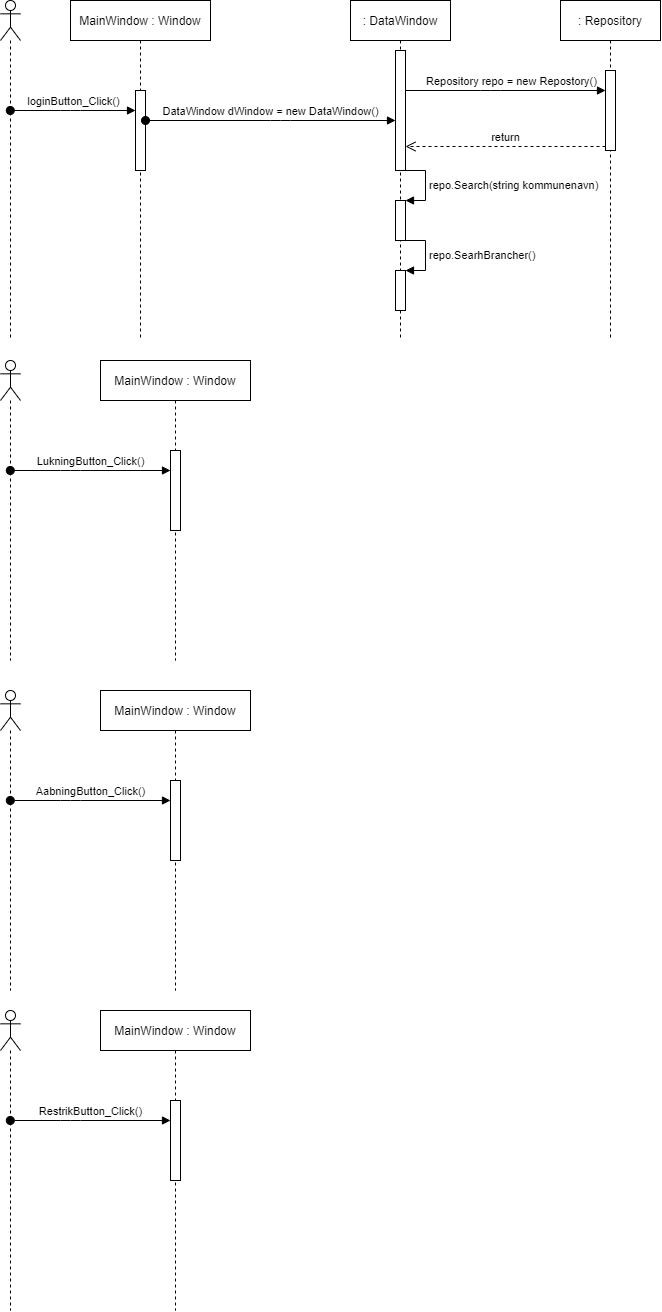
Earlier version of the draw.io export Filer/Sekvensdiagrammer.png (liam1523/WPF-1semGruppe5). Source tidied: cells renumbered, new cells last; positions are measured from the earlier drawing's top-left corner, leaving out a move shared by most shapes. The source it was exported from:
```xml
<mxGraphModel>
  <root>
    <mxCell id="0" />
    <mxCell id="1" parent="0" />
    <mxCell id="2" style="shape=umlLifeline;participant=umlActor;perimeter=lifelinePerimeter;whiteSpace=wrap;html=1;verticalAlign=top;spacingTop=36;outlineConnect=0;" parent="1" vertex="1">
      <mxGeometry width="20" height="340" as="geometry" />
    </mxCell>
    <mxCell id="3" value="MainWindow : Window" style="shape=umlLifeline;perimeter=lifelinePerimeter;whiteSpace=wrap;html=1;" parent="1" vertex="1">
      <mxGeometry x="70" width="140" height="340" as="geometry" />
    </mxCell>
    <mxCell id="4" style="html=1;points=[];perimeter=orthogonalPerimeter;" parent="3" vertex="1">
      <mxGeometry x="65" y="90" width="10" height="80" as="geometry" />
    </mxCell>
    <mxCell id="5" value=": Repository" style="shape=umlLifeline;perimeter=lifelinePerimeter;whiteSpace=wrap;html=1;" parent="1" vertex="1">
      <mxGeometry x="560" width="100" height="340" as="geometry" />
    </mxCell>
    <mxCell id="6" style="html=1;points=[];perimeter=orthogonalPerimeter;" parent="5" vertex="1">
      <mxGeometry x="45" y="70" width="10" height="80" as="geometry" />
    </mxCell>
    <mxCell id="7" value="loginButton_Click()" style="html=1;verticalAlign=bottom;startArrow=oval;endArrow=block;startSize=8;" parent="1" edge="1" source="2" target="4">
      <mxGeometry relative="1" as="geometry">
        <Array as="points">
          <mxPoint x="70" y="110" />
        </Array>
      </mxGeometry>
    </mxCell>
    <mxCell id="8" style="shape=umlLifeline;participant=umlActor;perimeter=lifelinePerimeter;whiteSpace=wrap;html=1;verticalAlign=top;spacingTop=36;" parent="1" vertex="1">
      <mxGeometry y="360" width="20" height="300" as="geometry" />
    </mxCell>
    <mxCell id="9" value="MainWindow : Window" style="shape=umlLifeline;perimeter=lifelinePerimeter;whiteSpace=wrap;html=1;" parent="1" vertex="1">
      <mxGeometry x="100" y="360" width="150" height="300" as="geometry" />
    </mxCell>
    <mxCell id="10" style="html=1;points=[];perimeter=orthogonalPerimeter;" parent="9" vertex="1">
      <mxGeometry x="70" y="90" width="10" height="80" as="geometry" />
    </mxCell>
    <mxCell id="11" value="LukningButton_Click()" style="html=1;verticalAlign=bottom;startArrow=oval;endArrow=block;startSize=8;" parent="1" edge="1" target="10">
      <mxGeometry relative="1" as="geometry">
        <mxPoint x="9.8" y="470" as="sourcePoint" />
        <Array as="points">
          <mxPoint x="70" y="470" />
        </Array>
      </mxGeometry>
    </mxCell>
    <mxCell id="12" value=": DataWindow" style="shape=umlLifeline;perimeter=lifelinePerimeter;whiteSpace=wrap;html=1;" parent="1" vertex="1">
      <mxGeometry x="350" width="100" height="340" as="geometry" />
    </mxCell>
    <mxCell id="13" style="html=1;points=[];perimeter=orthogonalPerimeter;" parent="12" vertex="1">
      <mxGeometry x="45" y="50" width="10" height="120" as="geometry" />
    </mxCell>
    <mxCell id="14" style="html=1;points=[];perimeter=orthogonalPerimeter;" parent="12" vertex="1">
      <mxGeometry x="45" y="200" width="10" height="40" as="geometry" />
    </mxCell>
    <mxCell id="15" value="repo.Search(string kommunenavn)" style="edgeStyle=orthogonalEdgeStyle;html=1;align=left;spacingLeft=2;endArrow=block;rounded=0;entryX=1;entryY=0;" parent="12" edge="1" source="13" target="14">
      <mxGeometry relative="1" as="geometry">
        <Array as="points">
          <mxPoint x="75" y="170" />
          <mxPoint x="75" y="200" />
        </Array>
      </mxGeometry>
    </mxCell>
    <mxCell id="16" style="html=1;points=[];perimeter=orthogonalPerimeter;" parent="12" vertex="1">
      <mxGeometry x="45" y="270" width="10" height="40" as="geometry" />
    </mxCell>
    <mxCell id="17" value="repo.SearhBrancher()" style="edgeStyle=orthogonalEdgeStyle;html=1;align=left;spacingLeft=2;endArrow=block;rounded=0;entryX=1;entryY=0;" parent="12" edge="1" source="14" target="16">
      <mxGeometry relative="1" as="geometry">
        <Array as="points">
          <mxPoint x="75" y="240" />
          <mxPoint x="75" y="270" />
        </Array>
      </mxGeometry>
    </mxCell>
    <mxCell id="18" value="DataWindow dWindow = new DataWindow()" style="html=1;verticalAlign=bottom;startArrow=oval;startFill=1;endArrow=block;startSize=8;" parent="1" edge="1" source="4">
      <mxGeometry relative="1" as="geometry">
        <mxPoint x="395" y="120" as="targetPoint" />
        <Array as="points">
          <mxPoint x="280" y="120" />
        </Array>
      </mxGeometry>
    </mxCell>
    <mxCell id="19" value="Repository repo = new Repostory()" style="html=1;verticalAlign=bottom;endArrow=block;" parent="1" edge="1" source="13" target="6">
      <mxGeometry x="0.06" relative="1" as="geometry">
        <Array as="points">
          <mxPoint x="490" y="90" />
        </Array>
      </mxGeometry>
    </mxCell>
    <mxCell id="20" value="return" style="html=1;verticalAlign=bottom;endArrow=open;dashed=1;endSize=8;exitX=0;exitY=0.95;" parent="1" edge="1" source="6" target="13">
      <mxGeometry relative="1" as="geometry" />
    </mxCell>
    <mxCell id="21" style="shape=umlLifeline;participant=umlActor;perimeter=lifelinePerimeter;whiteSpace=wrap;html=1;verticalAlign=top;spacingTop=36;" parent="1" vertex="1">
      <mxGeometry y="690" width="20" height="300" as="geometry" />
    </mxCell>
    <mxCell id="22" value="MainWindow : Window" style="shape=umlLifeline;perimeter=lifelinePerimeter;whiteSpace=wrap;html=1;" parent="1" vertex="1">
      <mxGeometry x="100" y="690" width="150" height="300" as="geometry" />
    </mxCell>
    <mxCell id="23" style="html=1;points=[];perimeter=orthogonalPerimeter;" parent="22" vertex="1">
      <mxGeometry x="70" y="90" width="10" height="80" as="geometry" />
    </mxCell>
    <mxCell id="24" value="AabningButton_Click()" style="html=1;verticalAlign=bottom;startArrow=oval;endArrow=block;startSize=8;" parent="1" edge="1" target="23">
      <mxGeometry relative="1" as="geometry">
        <mxPoint x="9.8" y="800" as="sourcePoint" />
        <Array as="points">
          <mxPoint x="70" y="800" />
        </Array>
      </mxGeometry>
    </mxCell>
    <mxCell id="25" style="shape=umlLifeline;participant=umlActor;perimeter=lifelinePerimeter;whiteSpace=wrap;html=1;verticalAlign=top;spacingTop=36;" parent="1" vertex="1">
      <mxGeometry y="1010" width="20" height="300" as="geometry" />
    </mxCell>
    <mxCell id="26" value="MainWindow : Window" style="shape=umlLifeline;perimeter=lifelinePerimeter;whiteSpace=wrap;html=1;" parent="1" vertex="1">
      <mxGeometry x="100" y="1010" width="150" height="300" as="geometry" />
    </mxCell>
    <mxCell id="27" style="html=1;points=[];perimeter=orthogonalPerimeter;" parent="26" vertex="1">
      <mxGeometry x="70" y="90" width="10" height="80" as="geometry" />
    </mxCell>
    <mxCell id="28" value="RestrikButton_Click()" style="html=1;verticalAlign=bottom;startArrow=oval;endArrow=block;startSize=8;" parent="1" edge="1" target="27">
      <mxGeometry relative="1" as="geometry">
        <mxPoint x="9.8" y="1120" as="sourcePoint" />
        <Array as="points">
          <mxPoint x="70" y="1120" />
        </Array>
      </mxGeometry>
    </mxCell>
  </root>
</mxGraphModel>
```
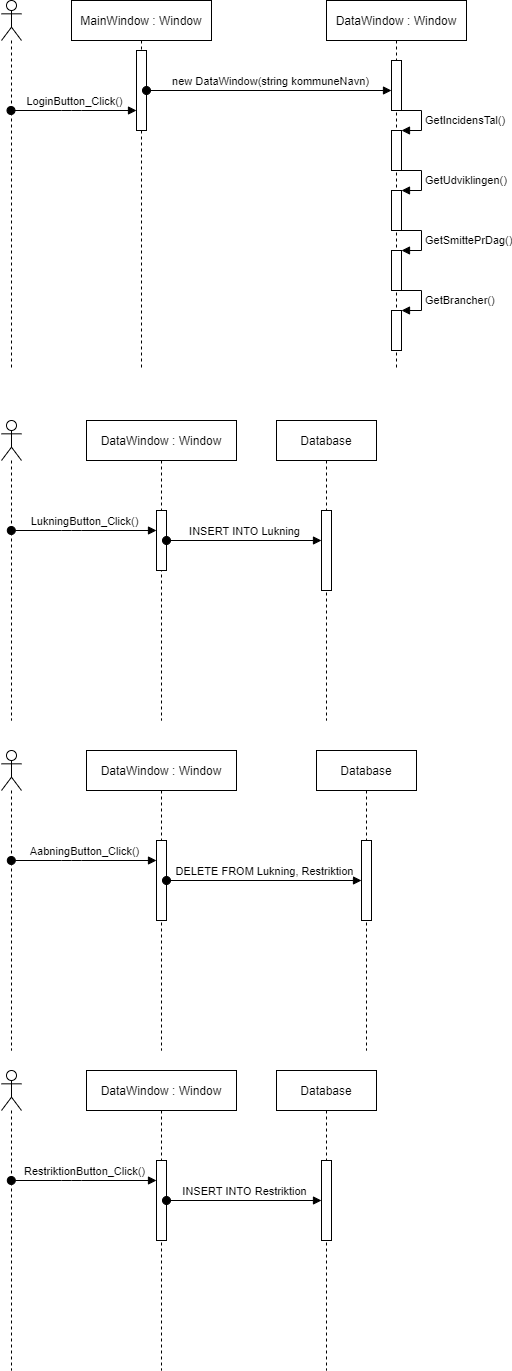
The same file after the commit.

The edit, as a diff of the source:
```diff
@@ -3,123 +3,154 @@
     <mxCell id="0" />
     <mxCell id="1" parent="0" />
     <mxCell id="2" style="shape=umlLifeline;participant=umlActor;perimeter=lifelinePerimeter;whiteSpace=wrap;html=1;verticalAlign=top;spacingTop=36;outlineConnect=0;" parent="1" vertex="1">
-      <mxGeometry width="20" height="340" as="geometry" />
+      <mxGeometry x="-95" width="20" height="370" as="geometry" />
     </mxCell>
     <mxCell id="3" value="MainWindow : Window" style="shape=umlLifeline;perimeter=lifelinePerimeter;whiteSpace=wrap;html=1;" parent="1" vertex="1">
-      <mxGeometry x="70" width="140" height="340" as="geometry" />
+      <mxGeometry x="-25" width="140" height="370" as="geometry" />
     </mxCell>
     <mxCell id="4" style="html=1;points=[];perimeter=orthogonalPerimeter;" parent="3" vertex="1">
-      <mxGeometry x="65" y="90" width="10" height="80" as="geometry" />
+      <mxGeometry x="65" y="50" width="10" height="80" as="geometry" />
     </mxCell>
-    <mxCell id="5" value=": Repository" style="shape=umlLifeline;perimeter=lifelinePerimeter;whiteSpace=wrap;html=1;" parent="1" vertex="1">
-      <mxGeometry x="560" width="100" height="340" as="geometry" />
-    </mxCell>
-    <mxCell id="6" style="html=1;points=[];perimeter=orthogonalPerimeter;" parent="5" vertex="1">
-      <mxGeometry x="45" y="70" width="10" height="80" as="geometry" />
-    </mxCell>
-    <mxCell id="7" value="loginButton_Click()" style="html=1;verticalAlign=bottom;startArrow=oval;endArrow=block;startSize=8;" parent="1" edge="1" source="2" target="4">
+    <mxCell id="7" value="LoginButton_Click()" style="html=1;verticalAlign=bottom;startArrow=oval;endArrow=block;startSize=8;" parent="1" edge="1" source="2" target="4">
       <mxGeometry relative="1" as="geometry">
         <Array as="points">
-          <mxPoint x="70" y="110" />
+          <mxPoint x="-25" y="110" />
         </Array>
       </mxGeometry>
     </mxCell>
     <mxCell id="8" style="shape=umlLifeline;participant=umlActor;perimeter=lifelinePerimeter;whiteSpace=wrap;html=1;verticalAlign=top;spacingTop=36;" parent="1" vertex="1">
-      <mxGeometry y="360" width="20" height="300" as="geometry" />
+      <mxGeometry x="-95" y="420" width="20" height="300" as="geometry" />
     </mxCell>
-    <mxCell id="9" value="MainWindow : Window" style="shape=umlLifeline;perimeter=lifelinePerimeter;whiteSpace=wrap;html=1;" parent="1" vertex="1">
-      <mxGeometry x="100" y="360" width="150" height="300" as="geometry" />
+    <mxCell id="9" value="DataWindow : Window" style="shape=umlLifeline;perimeter=lifelinePerimeter;whiteSpace=wrap;html=1;" parent="1" vertex="1">
+      <mxGeometry x="-10" y="420" width="150" height="300" as="geometry" />
     </mxCell>
     <mxCell id="10" style="html=1;points=[];perimeter=orthogonalPerimeter;" parent="9" vertex="1">
-      <mxGeometry x="70" y="90" width="10" height="80" as="geometry" />
+      <mxGeometry x="70" y="90" width="10" height="60" as="geometry" />
     </mxCell>
     <mxCell id="11" value="LukningButton_Click()" style="html=1;verticalAlign=bottom;startArrow=oval;endArrow=block;startSize=8;" parent="1" edge="1" target="10">
       <mxGeometry relative="1" as="geometry">
-        <mxPoint x="9.8" y="470" as="sourcePoint" />
+        <mxPoint x="-85.2" y="530" as="sourcePoint" />
         <Array as="points">
-          <mxPoint x="70" y="470" />
+          <mxPoint x="-25" y="530" />
         </Array>
       </mxGeometry>
     </mxCell>
-    <mxCell id="12" value=": DataWindow" style="shape=umlLifeline;perimeter=lifelinePerimeter;whiteSpace=wrap;html=1;" parent="1" vertex="1">
-      <mxGeometry x="350" width="100" height="340" as="geometry" />
+    <mxCell id="12" value="DataWindow : Window" style="shape=umlLifeline;perimeter=lifelinePerimeter;whiteSpace=wrap;html=1;" parent="1" vertex="1">
+      <mxGeometry x="230" width="140" height="370" as="geometry" />
     </mxCell>
     <mxCell id="13" style="html=1;points=[];perimeter=orthogonalPerimeter;" parent="12" vertex="1">
-      <mxGeometry x="45" y="50" width="10" height="120" as="geometry" />
+      <mxGeometry x="65" y="60" width="10" height="50" as="geometry" />
     </mxCell>
-    <mxCell id="14" style="html=1;points=[];perimeter=orthogonalPerimeter;" parent="12" vertex="1">
-      <mxGeometry x="45" y="200" width="10" height="40" as="geometry" />
-    </mxCell>
-    <mxCell id="15" value="repo.Search(string kommunenavn)" style="edgeStyle=orthogonalEdgeStyle;html=1;align=left;spacingLeft=2;endArrow=block;rounded=0;entryX=1;entryY=0;" parent="12" edge="1" source="13" target="14">
-      <mxGeometry relative="1" as="geometry">
-        <Array as="points">
-          <mxPoint x="75" y="170" />
-          <mxPoint x="75" y="200" />
-        </Array>
-      </mxGeometry>
-    </mxCell>
-    <mxCell id="16" style="html=1;points=[];perimeter=orthogonalPerimeter;" parent="12" vertex="1">
-      <mxGeometry x="45" y="270" width="10" height="40" as="geometry" />
-    </mxCell>
-    <mxCell id="17" value="repo.SearhBrancher()" style="edgeStyle=orthogonalEdgeStyle;html=1;align=left;spacingLeft=2;endArrow=block;rounded=0;entryX=1;entryY=0;" parent="12" edge="1" source="14" target="16">
-      <mxGeometry relative="1" as="geometry">
-        <Array as="points">
-          <mxPoint x="75" y="240" />
-          <mxPoint x="75" y="270" />
-        </Array>
-      </mxGeometry>
-    </mxCell>
+    <mxCell id="29" style="html=1;points=[];perimeter=orthogonalPerimeter;" parent="12" vertex="1">
+      <mxGeometry x="65" y="130" width="10" height="40" as="geometry" />
+    </mxCell>
+    <mxCell id="30" value="GetIncidensTal()" style="edgeStyle=orthogonalEdgeStyle;html=1;align=left;spacingLeft=2;endArrow=block;rounded=0;entryX=1;entryY=0;" parent="12" edge="1" source="13" target="29">
+      <mxGeometry relative="1" as="geometry">
+        <Array as="points">
+          <mxPoint x="95" y="110" />
+          <mxPoint x="95" y="130" />
+        </Array>
+      </mxGeometry>
+    </mxCell>
+    <mxCell id="31" style="html=1;points=[];perimeter=orthogonalPerimeter;" parent="12" vertex="1">
+      <mxGeometry x="65" y="250" width="10" height="40" as="geometry" />
+    </mxCell>
+    <mxCell id="32" value="GetSmittePrDag()" style="edgeStyle=orthogonalEdgeStyle;html=1;align=left;spacingLeft=2;endArrow=block;rounded=0;entryX=1;entryY=0;" parent="12" edge="1" target="31">
+      <mxGeometry relative="1" as="geometry">
+        <mxPoint x="75" y="230" as="sourcePoint" />
+        <Array as="points">
+          <mxPoint x="95" y="230" />
+          <mxPoint x="95" y="250" />
+        </Array>
+      </mxGeometry>
+    </mxCell>
+    <mxCell id="33" style="html=1;points=[];perimeter=orthogonalPerimeter;" parent="12" vertex="1">
+      <mxGeometry x="65" y="310" width="10" height="40" as="geometry" />
+    </mxCell>
+    <mxCell id="34" value="GetBrancher()" style="edgeStyle=orthogonalEdgeStyle;html=1;align=left;spacingLeft=2;endArrow=block;rounded=0;entryX=1;entryY=0;" parent="12" edge="1" target="33">
+      <mxGeometry relative="1" as="geometry">
+        <mxPoint x="75" y="290" as="sourcePoint" />
+        <Array as="points">
+          <mxPoint x="95" y="290" />
+          <mxPoint x="95" y="310" />
+        </Array>
+      </mxGeometry>
+    </mxCell>
+    <mxCell id="35" style="html=1;points=[];perimeter=orthogonalPerimeter;" parent="12" vertex="1">
+      <mxGeometry x="65" y="190" width="10" height="40" as="geometry" />
+    </mxCell>
+    <mxCell id="36" value="GetUdviklingen()" style="edgeStyle=orthogonalEdgeStyle;html=1;align=left;spacingLeft=2;endArrow=block;rounded=0;entryX=1;entryY=0;" parent="12" edge="1" target="35">
+      <mxGeometry relative="1" as="geometry">
+        <mxPoint x="75" y="170" as="sourcePoint" />
+        <Array as="points">
+          <mxPoint x="95" y="170" />
+          <mxPoint x="95" y="190" />
+        </Array>
+      </mxGeometry>
+    </mxCell>
-    <mxCell id="18" value="DataWindow dWindow = new DataWindow()" style="html=1;verticalAlign=bottom;startArrow=oval;startFill=1;endArrow=block;startSize=8;" parent="1" edge="1" source="4">
-      <mxGeometry relative="1" as="geometry">
-        <mxPoint x="395" y="120" as="targetPoint" />
-        <Array as="points">
-          <mxPoint x="280" y="120" />
-        </Array>
-      </mxGeometry>
+    <mxCell id="18" value="new DataWindow(string kommuneNavn)" style="html=1;verticalAlign=bottom;startArrow=oval;startFill=1;endArrow=block;startSize=8;" parent="1" edge="1" source="4" target="13">
+      <mxGeometry x="0.01" relative="1" as="geometry" />
     </mxCell>
-    <mxCell id="19" value="Repository repo = new Repostory()" style="html=1;verticalAlign=bottom;endArrow=block;" parent="1" edge="1" source="13" target="6">
-      <mxGeometry x="0.06" relative="1" as="geometry">
-        <Array as="points">
-          <mxPoint x="490" y="90" />
-        </Array>
-      </mxGeometry>
-    </mxCell>
-    <mxCell id="20" value="return" style="html=1;verticalAlign=bottom;endArrow=open;dashed=1;endSize=8;exitX=0;exitY=0.95;" parent="1" edge="1" source="6" target="13">
-      <mxGeometry relative="1" as="geometry" />
-    </mxCell>
     <mxCell id="21" style="shape=umlLifeline;participant=umlActor;perimeter=lifelinePerimeter;whiteSpace=wrap;html=1;verticalAlign=top;spacingTop=36;" parent="1" vertex="1">
-      <mxGeometry y="690" width="20" height="300" as="geometry" />
+      <mxGeometry x="-95" y="750" width="20" height="300" as="geometry" />
     </mxCell>
-    <mxCell id="22" value="MainWindow : Window" style="shape=umlLifeline;perimeter=lifelinePerimeter;whiteSpace=wrap;html=1;" parent="1" vertex="1">
-      <mxGeometry x="100" y="690" width="150" height="300" as="geometry" />
+    <mxCell id="22" value="DataWindow : Window" style="shape=umlLifeline;perimeter=lifelinePerimeter;whiteSpace=wrap;html=1;" parent="1" vertex="1">
+      <mxGeometry x="-10" y="750" width="150" height="300" as="geometry" />
     </mxCell>
     <mxCell id="23" style="html=1;points=[];perimeter=orthogonalPerimeter;" parent="22" vertex="1">
       <mxGeometry x="70" y="90" width="10" height="80" as="geometry" />
     </mxCell>
     <mxCell id="24" value="AabningButton_Click()" style="html=1;verticalAlign=bottom;startArrow=oval;endArrow=block;startSize=8;" parent="1" edge="1" target="23">
       <mxGeometry relative="1" as="geometry">
-        <mxPoint x="9.8" y="800" as="sourcePoint" />
+        <mxPoint x="-85.2" y="860" as="sourcePoint" />
         <Array as="points">
-          <mxPoint x="70" y="800" />
+          <mxPoint x="-25" y="860" />
         </Array>
       </mxGeometry>
     </mxCell>
     <mxCell id="25" style="shape=umlLifeline;participant=umlActor;perimeter=lifelinePerimeter;whiteSpace=wrap;html=1;verticalAlign=top;spacingTop=36;" parent="1" vertex="1">
-      <mxGeometry y="1010" width="20" height="300" as="geometry" />
+      <mxGeometry x="-95" y="1070" width="20" height="300" as="geometry" />
     </mxCell>
-    <mxCell id="26" value="MainWindow : Window" style="shape=umlLifeline;perimeter=lifelinePerimeter;whiteSpace=wrap;html=1;" parent="1" vertex="1">
-      <mxGeometry x="100" y="1010" width="150" height="300" as="geometry" />
+    <mxCell id="26" value="DataWindow : Window" style="shape=umlLifeline;perimeter=lifelinePerimeter;whiteSpace=wrap;html=1;" parent="1" vertex="1">
+      <mxGeometry x="-10" y="1070" width="150" height="300" as="geometry" />
     </mxCell>
     <mxCell id="27" style="html=1;points=[];perimeter=orthogonalPerimeter;" parent="26" vertex="1">
       <mxGeometry x="70" y="90" width="10" height="80" as="geometry" />
     </mxCell>
-    <mxCell id="28" value="RestrikButton_Click()" style="html=1;verticalAlign=bottom;startArrow=oval;endArrow=block;startSize=8;" parent="1" edge="1" target="27">
+    <mxCell id="28" value="RestriktionButton_Click()" style="html=1;verticalAlign=bottom;startArrow=oval;endArrow=block;startSize=8;" parent="1" edge="1" target="27">
       <mxGeometry relative="1" as="geometry">
-        <mxPoint x="9.8" y="1120" as="sourcePoint" />
+        <mxPoint x="-85.2" y="1180" as="sourcePoint" />
         <Array as="points">
-          <mxPoint x="70" y="1120" />
+          <mxPoint x="-25" y="1180" />
         </Array>
       </mxGeometry>
     </mxCell>
+    <mxCell id="37" value="Database" style="shape=umlLifeline;perimeter=lifelinePerimeter;whiteSpace=wrap;html=1;" parent="1" vertex="1">
+      <mxGeometry x="180" y="420" width="100" height="300" as="geometry" />
+    </mxCell>
+    <mxCell id="38" style="html=1;points=[];perimeter=orthogonalPerimeter;" parent="37" vertex="1">
+      <mxGeometry x="45" y="90" width="10" height="80" as="geometry" />
+    </mxCell>
+    <mxCell id="39" value="INSERT INTO Lukning" style="html=1;verticalAlign=bottom;startArrow=oval;endArrow=block;startSize=8;" parent="1" edge="1" source="10" target="38">
+      <mxGeometry relative="1" as="geometry" />
+    </mxCell>
+    <mxCell id="40" value="Database" style="shape=umlLifeline;perimeter=lifelinePerimeter;whiteSpace=wrap;html=1;" parent="1" vertex="1">
+      <mxGeometry x="220" y="750" width="100" height="300" as="geometry" />
+    </mxCell>
+    <mxCell id="41" style="html=1;points=[];perimeter=orthogonalPerimeter;" parent="40" vertex="1">
+      <mxGeometry x="45" y="90" width="10" height="80" as="geometry" />
+    </mxCell>
+    <mxCell id="42" value="DELETE FROM Lukning, Restriktion" style="html=1;verticalAlign=bottom;startArrow=oval;endArrow=block;startSize=8;" parent="1" edge="1" source="23" target="41">
+      <mxGeometry relative="1" as="geometry" />
+    </mxCell>
+    <mxCell id="43" value="Database" style="shape=umlLifeline;perimeter=lifelinePerimeter;whiteSpace=wrap;html=1;" parent="1" vertex="1">
+      <mxGeometry x="180" y="1070" width="100" height="300" as="geometry" />
+    </mxCell>
+    <mxCell id="44" style="html=1;points=[];perimeter=orthogonalPerimeter;" parent="43" vertex="1">
+      <mxGeometry x="45" y="90" width="10" height="80" as="geometry" />
+    </mxCell>
+    <mxCell id="45" value="INSERT INTO Restriktion" style="html=1;verticalAlign=bottom;startArrow=oval;endArrow=block;startSize=8;" parent="1" edge="1" source="27" target="44">
+      <mxGeometry relative="1" as="geometry" />
+    </mxCell>
   </root>
 </mxGraphModel>
```
